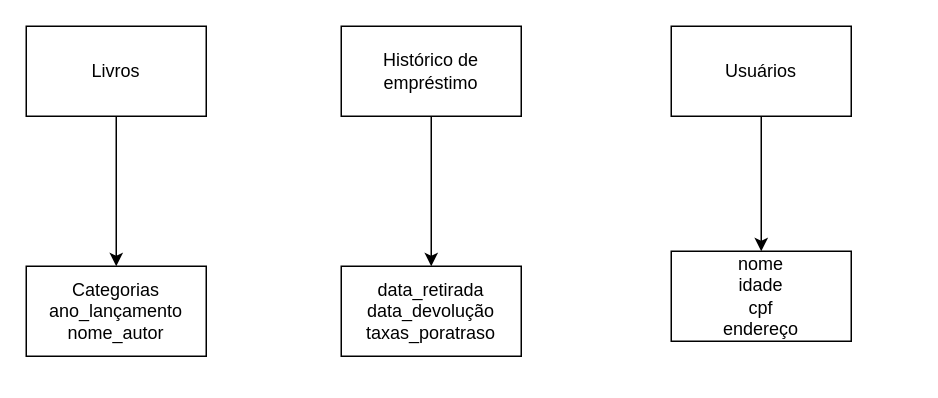
CaioPita/Banco-de-Dados keeps this draw.io diagram as Diagrama sem nome.drawio. Above is the earlier version. Source tidied: cells renumbered, new cells numbered last; positions are measured from the earlier drawing's top-left corner, leaving out a move shared by most shapes. Both pictures are drawn from the tidied source at 150%, with x=0, y=0 at pixel (26, 26).
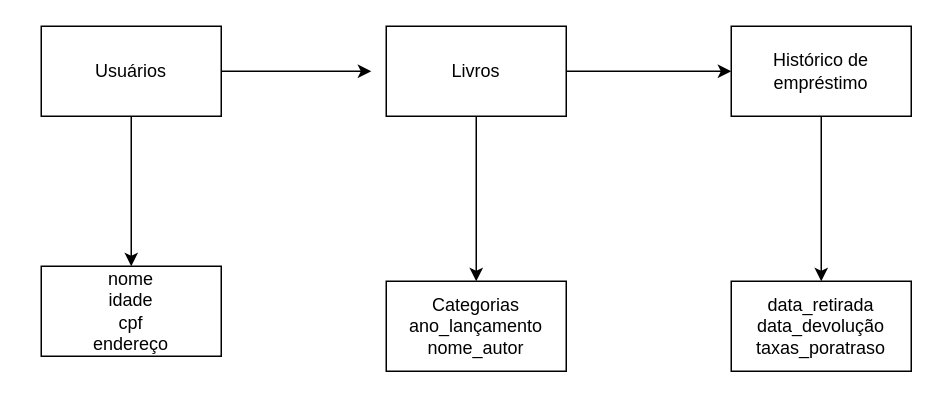
The same diagram, later.

What changed in the source:
```diff
@@
 <mxGraphModel>
   <root>
     <mxCell id="0" />
     <mxCell id="1" parent="0" />
     <mxCell id="2" value="nome&lt;div&gt;idade&lt;/div&gt;&lt;div&gt;cpf&lt;/div&gt;&lt;div&gt;endereço&lt;/div&gt;" style="rounded=0;whiteSpace=wrap;html=1;" parent="1" vertex="1">
-      <mxGeometry x="430" y="150" width="120" height="60" as="geometry" />
+      <mxGeometry x="10" y="160" width="120" height="60" as="geometry" />
     </mxCell>
     <mxCell id="3" value="data_retirada&lt;div&gt;data_devolução&lt;/div&gt;&lt;div&gt;taxas_poratraso&lt;/div&gt;" style="rounded=0;whiteSpace=wrap;html=1;" parent="1" vertex="1">
-      <mxGeometry x="210" y="160" width="120" height="60" as="geometry" />
+      <mxGeometry x="470" y="170" width="120" height="60" as="geometry" />
     </mxCell>
     <mxCell id="4" value="Categorias&lt;div&gt;ano_lançamento&lt;/div&gt;&lt;div&gt;nome_autor&lt;/div&gt;" style="rounded=0;whiteSpace=wrap;html=1;" parent="1" vertex="1">
-      <mxGeometry y="160" width="120" height="60" as="geometry" />
+      <mxGeometry x="240" y="170" width="120" height="60" as="geometry" />
     </mxCell>
     <mxCell id="5" style="edgeStyle=orthogonalEdgeStyle;rounded=0;jettySize=auto;html=1;exitX=0.5;exitY=1;exitDx=0;exitDy=0;entryX=0.5;entryY=0;entryDx=0;entryDy=0;" parent="1" edge="1" source="6" target="2">
       <mxGeometry relative="1" as="geometry" />
     </mxCell>
+    <mxCell id="11" style="edgeStyle=orthogonalEdgeStyle;rounded=0;jettySize=auto;html=1;exitX=1;exitY=0.5;exitDx=0;exitDy=0;" parent="1" edge="1" source="6">
+      <mxGeometry relative="1" as="geometry">
+        <mxPoint x="230" y="30" as="targetPoint" />
+      </mxGeometry>
+    </mxCell>
     <mxCell id="6" value="Usuários" style="rounded=0;whiteSpace=wrap;html=1;" parent="1" vertex="1">
-      <mxGeometry x="430" width="120" height="60" as="geometry" />
+      <mxGeometry x="10" width="120" height="60" as="geometry" />
     </mxCell>
     <mxCell id="7" style="edgeStyle=orthogonalEdgeStyle;rounded=0;jettySize=auto;html=1;exitX=0.5;exitY=1;exitDx=0;exitDy=0;" parent="1" edge="1" source="8" target="3">
       <mxGeometry relative="1" as="geometry" />
     </mxCell>
     <mxCell id="8" value="Histórico de empréstimo" style="rounded=0;whiteSpace=wrap;html=1;" parent="1" vertex="1">
-      <mxGeometry x="210" width="120" height="60" as="geometry" />
+      <mxGeometry x="470" width="120" height="60" as="geometry" />
     </mxCell>
     <mxCell id="9" style="edgeStyle=orthogonalEdgeStyle;rounded=0;jettySize=auto;html=1;exitX=0.5;exitY=1;exitDx=0;exitDy=0;entryX=0.5;entryY=0;entryDx=0;entryDy=0;" parent="1" edge="1" source="10" target="4">
       <mxGeometry relative="1" as="geometry" />
     </mxCell>
+    <mxCell id="12" style="edgeStyle=orthogonalEdgeStyle;rounded=0;jettySize=auto;html=1;exitX=1;exitY=0.5;exitDx=0;exitDy=0;entryX=0;entryY=0.5;entryDx=0;entryDy=0;" parent="1" edge="1" source="10" target="8">
+      <mxGeometry relative="1" as="geometry" />
+    </mxCell>
     <mxCell id="10" value="Livros" style="rounded=0;whiteSpace=wrap;html=1;" parent="1" vertex="1">
-      <mxGeometry width="120" height="60" as="geometry" />
+      <mxGeometry x="240" width="120" height="60" as="geometry" />
     </mxCell>
   </root>
 </mxGraphModel>
```
